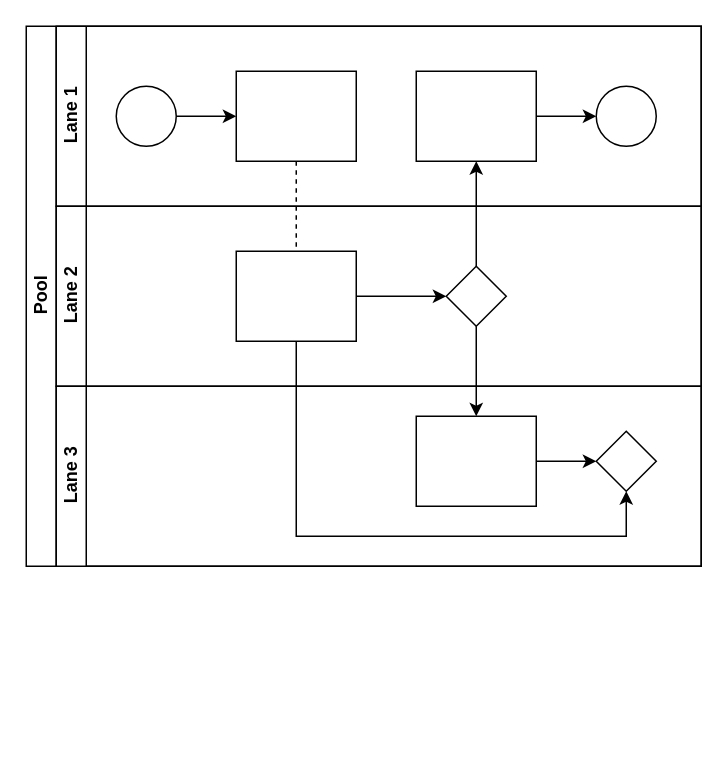
jasonzengssrs/iVIX keeps this draw.io diagram as 未命名绘图.drawio. Above is the earlier version. Source tidied: cells renumbered, new cells numbered last; positions are measured from the earlier drawing's top-left corner, leaving out a move shared by most shapes. Both pictures are drawn from the tidied source at 150%, with x=0, y=0 at pixel (26, 26).
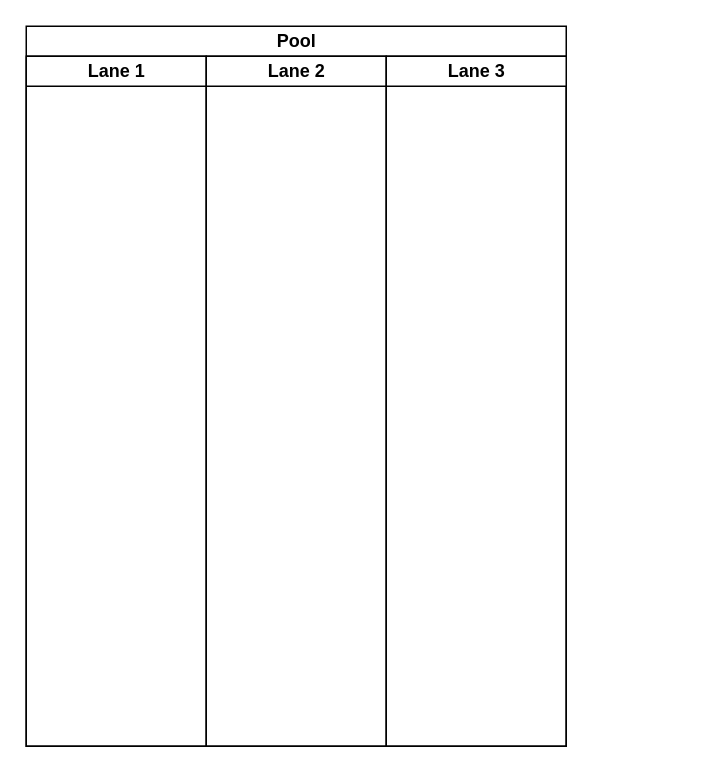
The same page after the edit.

Commit message:
更新未命名绘图.drawio

Diff of the diagram source:
```diff
@@
-    <mxCell id="2" value="Pool" style="swimlane;html=1;horizontal=0;startSize=20;" parent="1" vertex="1">
-      <mxGeometry width="450" height="360" as="geometry" />
+    <mxCell id="2" value="Pool" style="swimlane;startSize=20;html=1;" parent="1" vertex="1">
+      <mxGeometry width="360" height="480" as="geometry" />
     </mxCell>
-    <mxCell id="3" style="edgeStyle=orthogonalEdgeStyle;rounded=0;jettySize=auto;html=1;dashed=1;endArrow=none;endFill=0;" parent="2" edge="1" source="10" target="16">
-      <mxGeometry relative="1" as="geometry" />
-    </mxCell>
-    <mxCell id="4" style="edgeStyle=orthogonalEdgeStyle;rounded=0;jettySize=auto;html=1;endArrow=classic;endFill=1;" parent="2" edge="1" source="17" target="12">
-      <mxGeometry relative="1" as="geometry" />
-    </mxCell>
-    <mxCell id="5" style="edgeStyle=orthogonalEdgeStyle;rounded=0;jettySize=auto;html=1;endArrow=classic;endFill=1;" parent="2" edge="1" source="17" target="20">
-      <mxGeometry relative="1" as="geometry" />
-    </mxCell>
-    <mxCell id="6" style="edgeStyle=orthogonalEdgeStyle;rounded=0;jettySize=auto;html=1;endArrow=classic;endFill=1;" parent="2" edge="1" source="16" target="21">
-      <mxGeometry relative="1" as="geometry">
-        <Array as="points">
-          <mxPoint x="180" y="340" />
-          <mxPoint x="400" y="340" />
-        </Array>
-      </mxGeometry>
-    </mxCell>
-    <mxCell id="7" value="Lane 1" style="swimlane;html=1;startSize=20;horizontal=0;" parent="2" vertex="1">
-      <mxGeometry x="20" width="430" height="120" as="geometry" />
+    <mxCell id="7" value="Lane 1" style="swimlane;startSize=20;html=1;" parent="2" vertex="1">
+      <mxGeometry y="20" width="120" height="460" as="geometry" />
     </mxCell>
-    <mxCell id="8" style="edgeStyle=orthogonalEdgeStyle;rounded=0;jettySize=auto;html=1;" parent="7" edge="1" source="9" target="10">
-      <mxGeometry relative="1" as="geometry" />
-    </mxCell>
-    <mxCell id="9" style="ellipse;whiteSpace=wrap;html=1;" parent="7" vertex="1">
-      <mxGeometry x="40" y="40" width="40" height="40" as="geometry" />
-    </mxCell>
-    <mxCell id="10" style="rounded=0;whiteSpace=wrap;html=1;fontFamily=Helvetica;fontSize=12;fontColor=#000000;align=center;" parent="7" vertex="1">
-      <mxGeometry x="120" y="30" width="80" height="60" as="geometry" />
-    </mxCell>
-    <mxCell id="11" style="edgeStyle=orthogonalEdgeStyle;rounded=0;jettySize=auto;html=1;endArrow=classic;endFill=1;" parent="7" edge="1" source="12" target="13">
-      <mxGeometry relative="1" as="geometry" />
-    </mxCell>
-    <mxCell id="12" style="rounded=0;whiteSpace=wrap;html=1;fontFamily=Helvetica;fontSize=12;fontColor=#000000;align=center;" parent="7" vertex="1">
-      <mxGeometry x="240" y="30" width="80" height="60" as="geometry" />
-    </mxCell>
-    <mxCell id="13" style="ellipse;whiteSpace=wrap;html=1;" parent="7" vertex="1">
-      <mxGeometry x="360" y="40" width="40" height="40" as="geometry" />
-    </mxCell>
-    <mxCell id="14" value="Lane 2" style="swimlane;html=1;startSize=20;horizontal=0;" parent="2" vertex="1">
-      <mxGeometry x="20" y="120" width="430" height="120" as="geometry" />
+    <mxCell id="14" value="Lane 2" style="swimlane;startSize=20;html=1;" parent="2" vertex="1">
+      <mxGeometry x="120" y="20" width="120" height="460" as="geometry" />
     </mxCell>
-    <mxCell id="15" style="edgeStyle=orthogonalEdgeStyle;rounded=0;jettySize=auto;html=1;endArrow=classic;endFill=1;" parent="14" edge="1" source="16" target="17">
-      <mxGeometry relative="1" as="geometry" />
-    </mxCell>
-    <mxCell id="16" style="rounded=0;whiteSpace=wrap;html=1;fontFamily=Helvetica;fontSize=12;fontColor=#000000;align=center;" parent="14" vertex="1">
-      <mxGeometry x="120" y="30" width="80" height="60" as="geometry" />
-    </mxCell>
-    <mxCell id="17" style="rhombus;whiteSpace=wrap;html=1;fontFamily=Helvetica;fontSize=12;fontColor=#000000;align=center;" parent="14" vertex="1">
-      <mxGeometry x="260" y="40" width="40" height="40" as="geometry" />
-    </mxCell>
-    <mxCell id="18" value="Lane 3" style="swimlane;html=1;startSize=20;horizontal=0;" parent="2" vertex="1">
-      <mxGeometry x="20" y="240" width="430" height="120" as="geometry" />
+    <mxCell id="18" value="Lane 3" style="swimlane;startSize=20;html=1;" parent="2" vertex="1">
+      <mxGeometry x="240" y="20" width="120" height="460" as="geometry" />
     </mxCell>
-    <mxCell id="19" style="edgeStyle=orthogonalEdgeStyle;rounded=0;jettySize=auto;html=1;endArrow=classic;endFill=1;" parent="18" edge="1" source="20" target="21">
-      <mxGeometry relative="1" as="geometry" />
-    </mxCell>
-    <mxCell id="20" style="rounded=0;whiteSpace=wrap;html=1;fontFamily=Helvetica;fontSize=12;fontColor=#000000;align=center;" parent="18" vertex="1">
-      <mxGeometry x="240" y="20" width="80" height="60" as="geometry" />
-    </mxCell>
-    <mxCell id="21" style="rhombus;whiteSpace=wrap;html=1;fontFamily=Helvetica;fontSize=12;fontColor=#000000;align=center;" parent="18" vertex="1">
-      <mxGeometry x="360" y="30" width="40" height="40" as="geometry" />
-    </mxCell>
```
